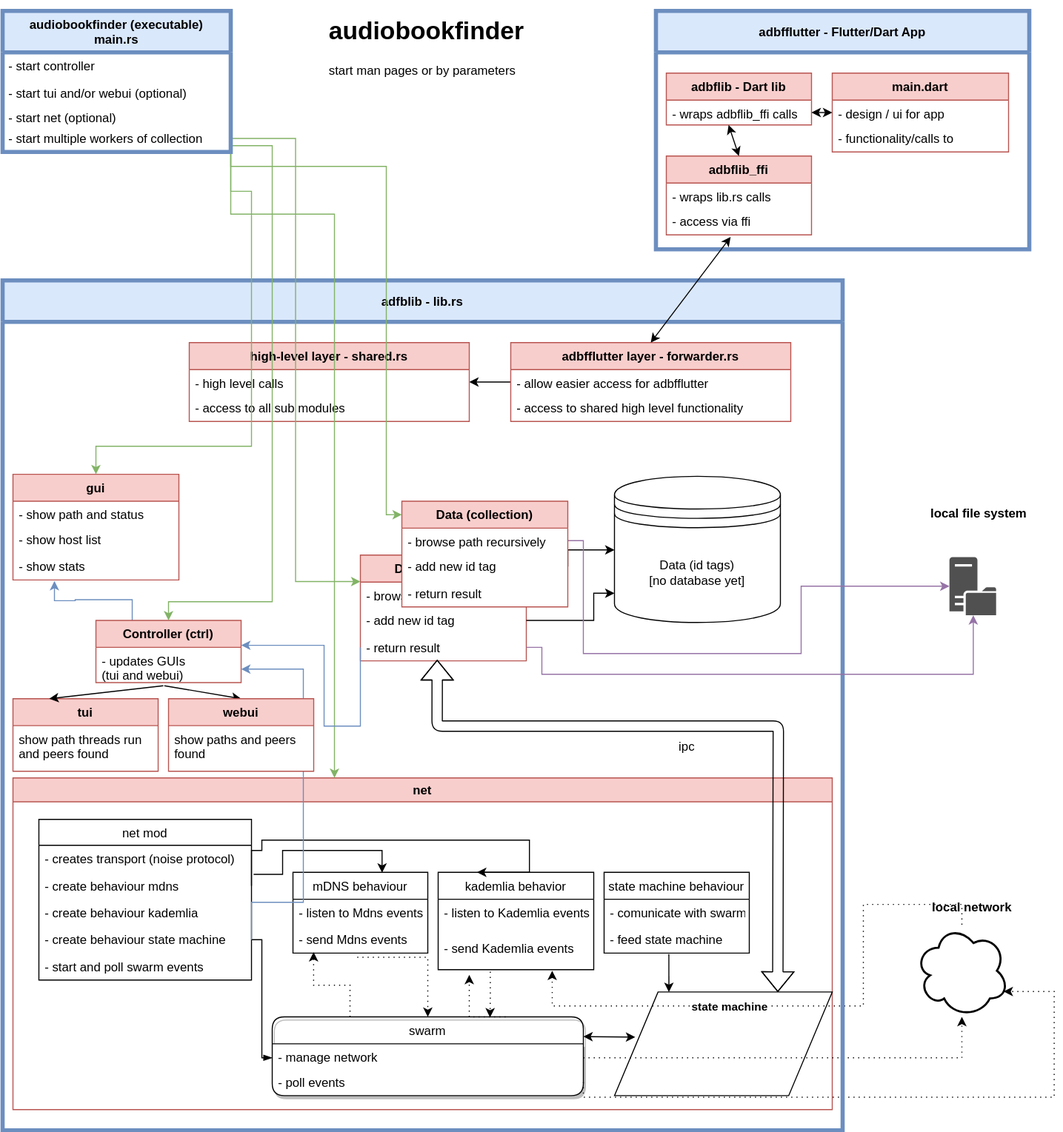
electricherd/audiobookfinder keeps this draw.io diagram as docs/diag_architecture_general.svg. Above is the earlier version. Source tidied: cells renumbered, new cells last; positions are measured from the earlier drawing's top-left corner, leaving out a move shared by most shapes.
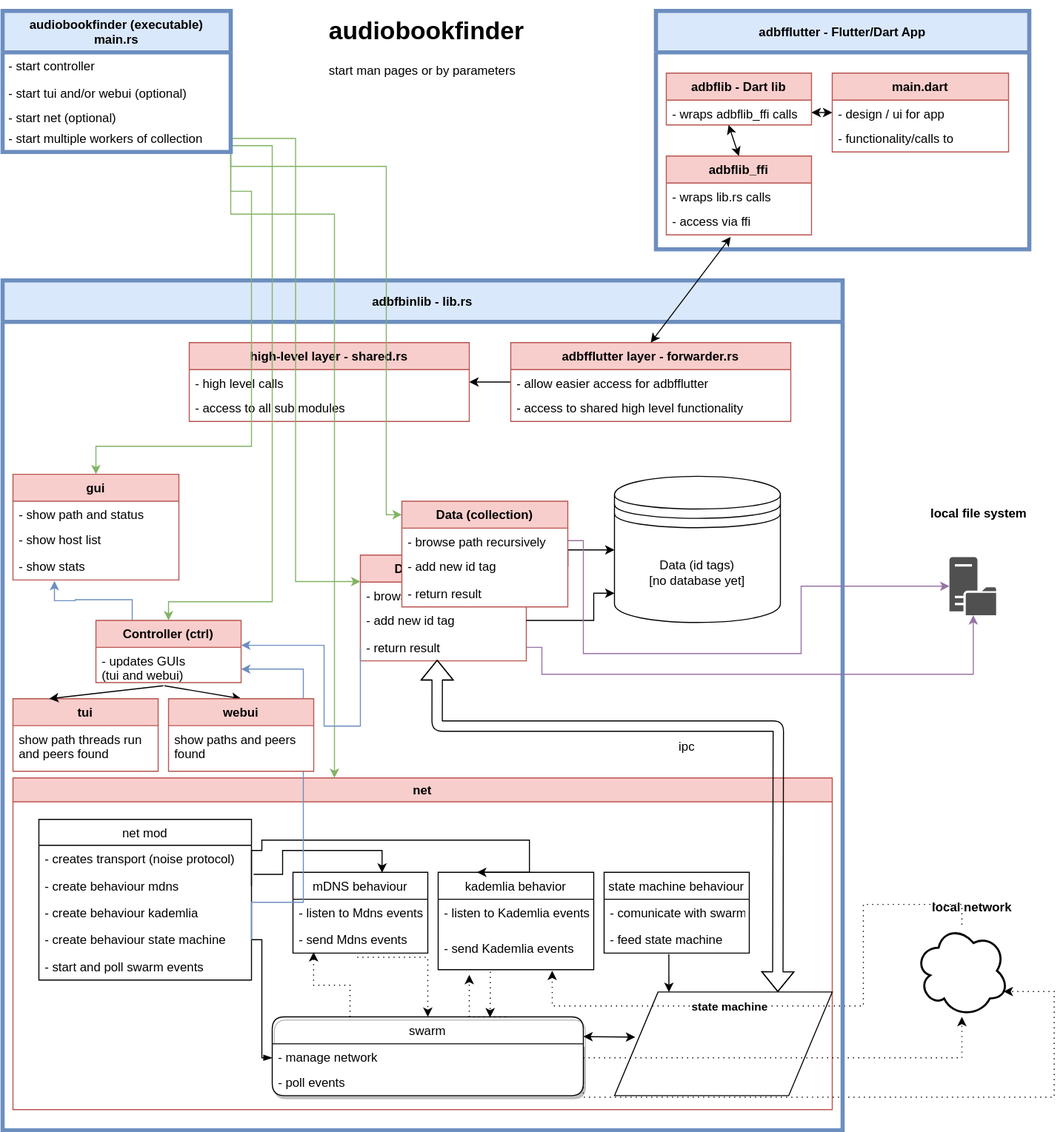
Above is the later version.

Commit message:
[version] bumped and corrected to lib name adbfbinlib and package adbflib

Diff of the diagram source:
```diff
@@ -178,7 +178,7 @@
     <mxCell id="40" value="- show stats" style="text;strokeColor=none;fillColor=none;align=left;verticalAlign=top;spacingLeft=4;spacingRight=4;overflow=hidden;points=[[0,0.5],[1,0.5]];portConstraint=eastwest;" parent="37" vertex="1">
       <mxGeometry y="76" width="160" height="26" as="geometry" />
     </mxCell>
-    <mxCell id="41" value="adfblib - lib.rs" style="swimlane;strokeWidth=4;fillColor=#dae8fc;strokeColor=#6c8ebf;startSize=40;" parent="1" vertex="1">
+    <mxCell id="41" value="adbfbinlib - lib.rs" style="swimlane;strokeWidth=4;fillColor=#dae8fc;strokeColor=#6c8ebf;startSize=40;" parent="1" vertex="1">
       <mxGeometry y="260" width="810" height="820" as="geometry" />
     </mxCell>
     <mxCell id="42" style="edgeStyle=orthogonalEdgeStyle;rounded=0;jettySize=auto;html=1;" parent="41" edge="1" source="43" target="47">
```
